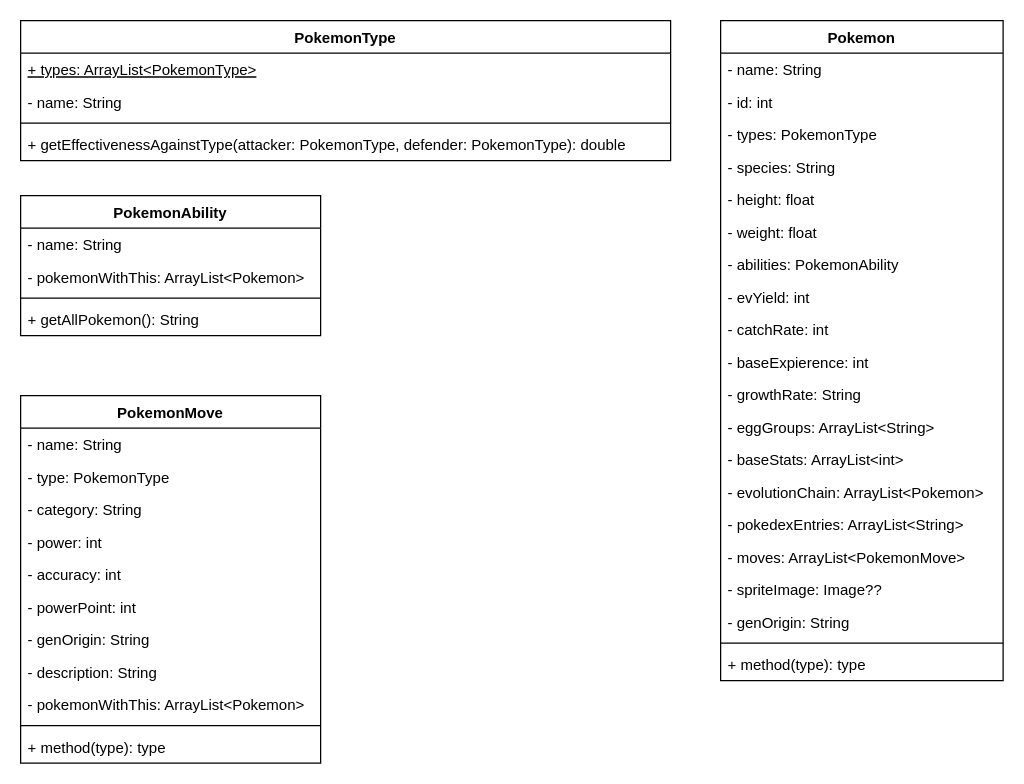
This is PokemonUML.drawio from TeddyC400/PokemonSearcher, a draw.io file, before an edit. Source tidied: cells renumbered, new cells numbered last; positions are measured from the earlier drawing's top-left corner, leaving out a move shared by most shapes. Both pictures are drawn from the tidied source at 125%, with x=0, y=0 at pixel (20, 20).
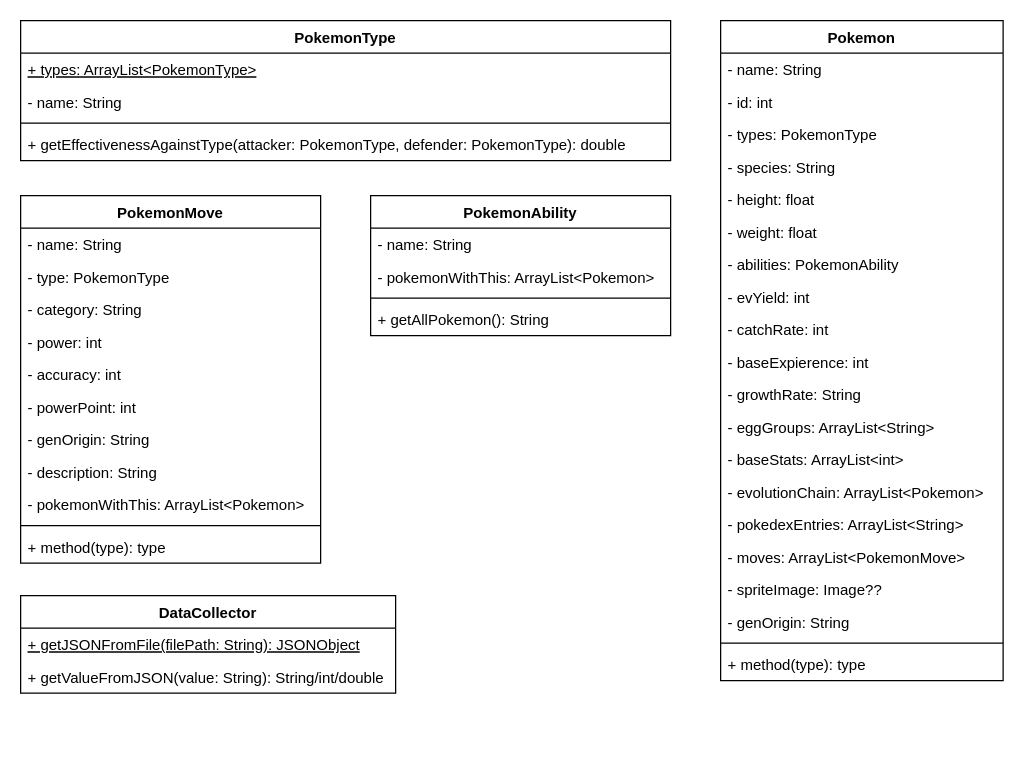
The same page after the edit.

Change to the diagram source:
```diff
@@
     <mxCell id="28" value="PokemonAbility" style="swimlane;fontStyle=1;align=center;verticalAlign=top;horizontal=1;startSize=26;" parent="1" vertex="1">
-      <mxGeometry y="140" width="240" height="112" as="geometry" />
+      <mxGeometry x="280" y="140" width="240" height="112" as="geometry" />
     </mxCell>
@@
     <mxCell id="33" value="PokemonMove" style="swimlane;fontStyle=1;align=center;verticalAlign=top;horizontal=1;startSize=26;" parent="1" vertex="1">
-      <mxGeometry y="300" width="240" height="294" as="geometry" />
+      <mxGeometry y="140" width="240" height="294" as="geometry" />
     </mxCell>
@@
+    <mxCell id="45" value="DataCollector" style="swimlane;fontStyle=1;align=center;verticalAlign=top;horizontal=1;startSize=26;" parent="1" vertex="1">
+      <mxGeometry y="460" width="300" height="78" as="geometry" />
+    </mxCell>
+    <mxCell id="46" value="+ getJSONFromFile(filePath: String): JSONObject" style="text;strokeColor=none;fillColor=none;align=left;verticalAlign=top;spacingLeft=4;spacingRight=4;overflow=hidden;fontStyle=4;" parent="45" vertex="1">
+      <mxGeometry y="26" width="300" height="26" as="geometry" />
+    </mxCell>
+    <mxCell id="47" value="+ getValueFromJSON(value: String): String/int/double&#10;" style="text;strokeColor=none;fillColor=none;align=left;verticalAlign=top;spacingLeft=4;spacingRight=4;overflow=hidden;" parent="45" vertex="1">
+      <mxGeometry y="52" width="300" height="26" as="geometry" />
+    </mxCell>
```
